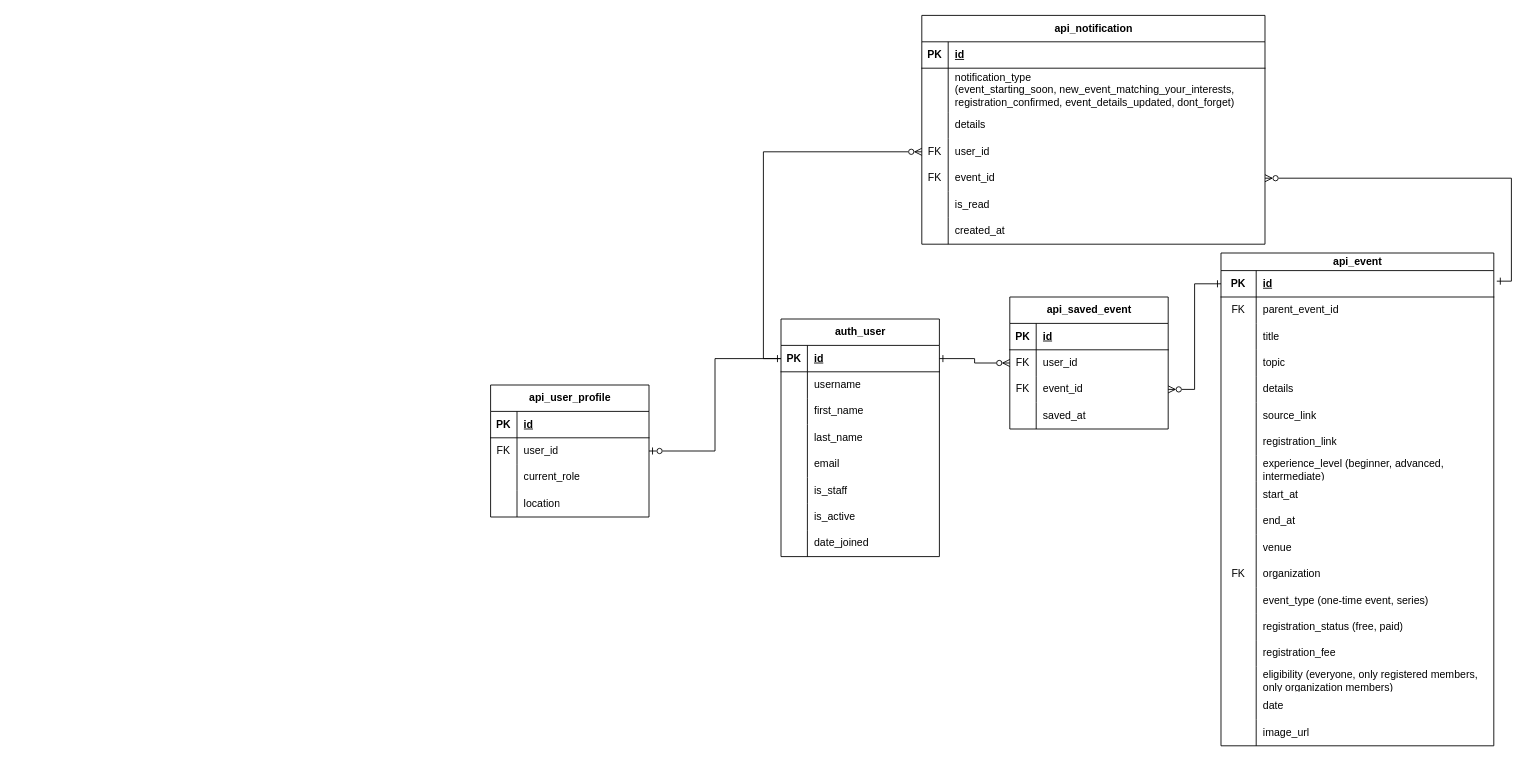
RHILIUS/drawio keeps this draw.io diagram as page "User" (2 of 3) of 2Gether.drawio. Above is the earlier version. Source tidied: cells renumbered, new cells numbered last; positions are measured from the earlier drawing's top-left corner, leaving out a move shared by most shapes. Both pictures are drawn from the tidied source at 88%, with x=0, y=0 at pixel (490, 15).
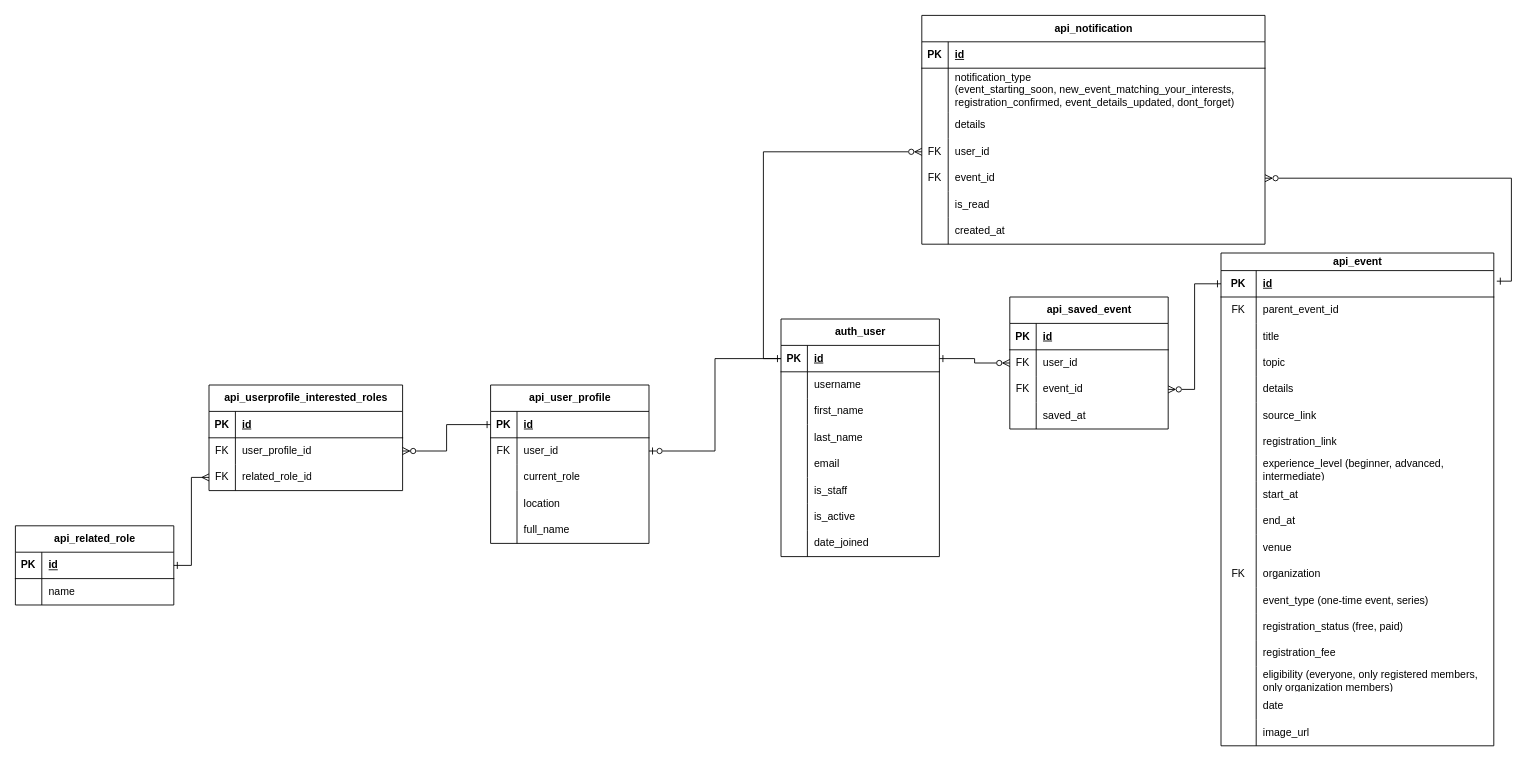
Above is the later version.

Unchanged cells that the change refers to:
```xml
<mxCell id="122" style="shape=tableRow;horizontal=0;startSize=0;swimlaneHead=0;swimlaneBody=0;fillColor=none;points=[[0,0.5],[1,0.5]];portConstraint=eastwest;top=0;left=0;right=0;bottom=1;" parent="121" vertex="1">
  <mxGeometry y="30" width="180" height="30" as="geometry" />
</mxCell>
```

The edit, as a diff of the source:
```diff
@@
     <mxCell id="121" value="api_user_profile" style="shape=table;startSize=30;childLayout=tableLayout;rowLines=0;fontStyle=1;align=center;html=1;" parent="1" vertex="1">
-      <mxGeometry y="420" width="180" height="150" as="geometry" />
+      <mxGeometry y="420" width="180" height="180" as="geometry" />
     </mxCell>
@@
+    <mxCell id="135" style="shape=tableRow;horizontal=0;startSize=0;swimlaneHead=0;swimlaneBody=0;fillColor=none;top=0;left=0;right=0;bottom=0;" parent="121" vertex="1">
+      <mxGeometry y="150" width="180" height="30" as="geometry" />
+    </mxCell>
+    <mxCell id="136" style="shape=partialRectangle;fillColor=none;top=0;left=0;bottom=0;right=0;overflow=hidden;whiteSpace=wrap;html=1;" parent="135" vertex="1">
+      <mxGeometry width="30" height="30" as="geometry" />
+    </mxCell>
+    <mxCell id="137" value="full_name" style="shape=partialRectangle;fillColor=none;top=0;left=0;bottom=0;right=0;align=left;spacingLeft=6;overflow=hidden;whiteSpace=wrap;html=1;" parent="135" vertex="1">
+      <mxGeometry x="30" width="150" height="30" as="geometry" />
+    </mxCell>
@@
+    <mxCell id="138" value="api_related_role" style="shape=table;startSize=30;childLayout=tableLayout;rowLines=0;fontStyle=1;align=center;html=1;" parent="1" vertex="1">
+      <mxGeometry x="-540" y="580" width="180" height="90" as="geometry" />
+    </mxCell>
+    <mxCell id="139" style="shape=tableRow;horizontal=0;startSize=0;swimlaneHead=0;swimlaneBody=0;fillColor=none;points=[[0,0.5],[1,0.5]];portConstraint=eastwest;top=0;left=0;right=0;bottom=1;" parent="138" vertex="1">
+      <mxGeometry y="30" width="180" height="30" as="geometry" />
+    </mxCell>
+    <mxCell id="140" value="PK" style="shape=partialRectangle;fillColor=none;top=0;left=0;bottom=0;right=0;fontStyle=1;overflow=hidden;whiteSpace=wrap;html=1;" parent="139" vertex="1">
+      <mxGeometry width="30" height="30" as="geometry" />
+    </mxCell>
+    <mxCell id="141" value="id" style="shape=partialRectangle;fillColor=none;top=0;left=0;bottom=0;right=0;align=left;spacingLeft=6;fontStyle=5;overflow=hidden;whiteSpace=wrap;html=1;" parent="139" vertex="1">
+      <mxGeometry x="30" width="150" height="30" as="geometry" />
+    </mxCell>
+    <mxCell id="142" style="shape=tableRow;horizontal=0;startSize=0;swimlaneHead=0;swimlaneBody=0;fillColor=none;top=0;left=0;right=0;bottom=0;" parent="138" vertex="1">
+      <mxGeometry y="60" width="180" height="30" as="geometry" />
+    </mxCell>
+    <mxCell id="143" style="shape=partialRectangle;fillColor=none;top=0;left=0;bottom=0;right=0;overflow=hidden;whiteSpace=wrap;html=1;" parent="142" vertex="1">
+      <mxGeometry width="30" height="30" as="geometry" />
+    </mxCell>
+    <mxCell id="144" value="name" style="shape=partialRectangle;fillColor=none;top=0;left=0;bottom=0;right=0;align=left;spacingLeft=6;overflow=hidden;whiteSpace=wrap;html=1;" parent="142" vertex="1">
+      <mxGeometry x="30" width="150" height="30" as="geometry" />
+    </mxCell>
+    <mxCell id="145" value="api_userprofile_interested_roles" style="shape=table;startSize=30;childLayout=tableLayout;rowLines=0;fontStyle=1;align=center;html=1;" parent="1" vertex="1">
+      <mxGeometry x="-320" y="420" width="220" height="120" as="geometry" />
+    </mxCell>
+    <mxCell id="146" style="shape=tableRow;horizontal=0;startSize=0;swimlaneHead=0;swimlaneBody=0;fillColor=none;top=0;left=0;right=0;bottom=1;" parent="145" vertex="1">
+      <mxGeometry y="30" width="220" height="30" as="geometry" />
+    </mxCell>
+    <mxCell id="147" value="PK" style="shape=partialRectangle;fillColor=none;top=0;left=0;bottom=0;right=0;fontStyle=1;overflow=hidden;whiteSpace=wrap;html=1;" parent="146" vertex="1">
+      <mxGeometry width="30" height="30" as="geometry" />
+    </mxCell>
+    <mxCell id="148" value="id" style="shape=partialRectangle;fillColor=none;top=0;left=0;bottom=0;right=0;align=left;spacingLeft=6;fontStyle=5;overflow=hidden;whiteSpace=wrap;html=1;" parent="146" vertex="1">
+      <mxGeometry x="30" width="190" height="30" as="geometry" />
+    </mxCell>
+    <mxCell id="149" style="shape=tableRow;horizontal=0;startSize=0;swimlaneHead=0;swimlaneBody=0;fillColor=none;points=[[0,0.5],[1,0.5]];portConstraint=eastwest;top=0;left=0;right=0;bottom=0;" parent="145" vertex="1">
+      <mxGeometry y="60" width="220" height="30" as="geometry" />
+    </mxCell>
+    <mxCell id="150" value="FK" style="shape=partialRectangle;fillColor=none;top=0;left=0;bottom=0;right=0;overflow=hidden;whiteSpace=wrap;html=1;" parent="149" vertex="1">
+      <mxGeometry width="30" height="30" as="geometry" />
+    </mxCell>
+    <mxCell id="151" value="user_profile_id" style="shape=partialRectangle;fillColor=none;top=0;left=0;bottom=0;right=0;align=left;spacingLeft=6;overflow=hidden;whiteSpace=wrap;html=1;" parent="149" vertex="1">
+      <mxGeometry x="30" width="190" height="30" as="geometry" />
+    </mxCell>
+    <mxCell id="152" style="shape=tableRow;horizontal=0;startSize=0;swimlaneHead=0;swimlaneBody=0;fillColor=none;points=[[0,0.5],[1,0.5]];portConstraint=eastwest;top=0;left=0;right=0;bottom=0;" parent="145" vertex="1">
+      <mxGeometry y="90" width="220" height="30" as="geometry" />
+    </mxCell>
+    <mxCell id="153" value="FK" style="shape=partialRectangle;fillColor=none;top=0;left=0;bottom=0;right=0;overflow=hidden;whiteSpace=wrap;html=1;" parent="152" vertex="1">
+      <mxGeometry width="30" height="30" as="geometry" />
+    </mxCell>
+    <mxCell id="154" value="related_role_id" style="shape=partialRectangle;fillColor=none;top=0;left=0;bottom=0;right=0;align=left;spacingLeft=6;overflow=hidden;whiteSpace=wrap;html=1;" parent="152" vertex="1">
+      <mxGeometry x="30" width="190" height="30" as="geometry" />
+    </mxCell>
+    <mxCell id="155" style="edgeStyle=orthogonalEdgeStyle;rounded=0;jettySize=auto;html=1;entryX=1;entryY=0.5;entryDx=0;entryDy=0;endArrow=ERzeroToMany;endFill=0;startArrow=ERone;startFill=0;" parent="1" edge="1" source="122" target="149">
+      <mxGeometry relative="1" as="geometry" />
+    </mxCell>
+    <mxCell id="156" style="edgeStyle=orthogonalEdgeStyle;rounded=0;jettySize=auto;html=1;entryX=0;entryY=0.5;entryDx=0;entryDy=0;endArrow=ERmany;endFill=0;startArrow=ERone;startFill=0;" parent="1" edge="1" source="139" target="152">
+      <mxGeometry relative="1" as="geometry" />
+    </mxCell>
```
